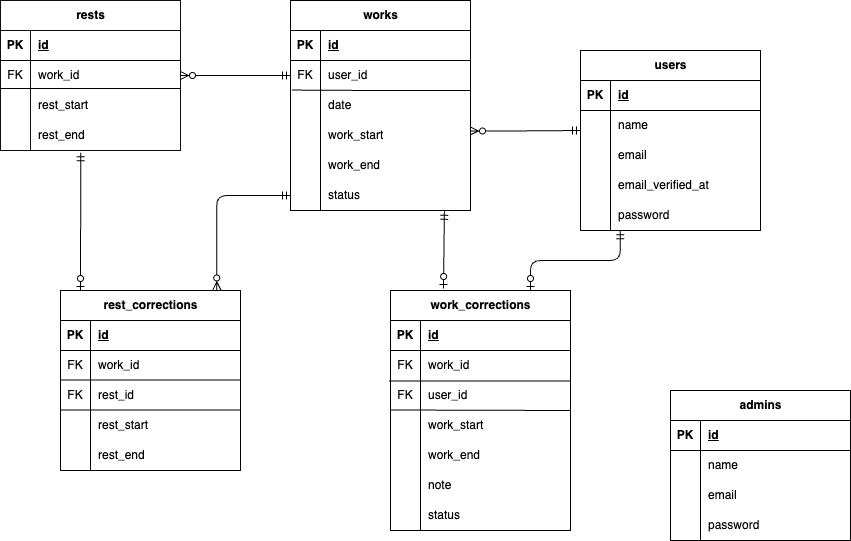
risa-prog/attendance keeps this draw.io diagram as attendance.drawio.png. Above is the earlier version. Source tidied: cells renumbered, new cells last; positions are measured from the earlier drawing's top-left corner, leaving out a move shared by most shapes.
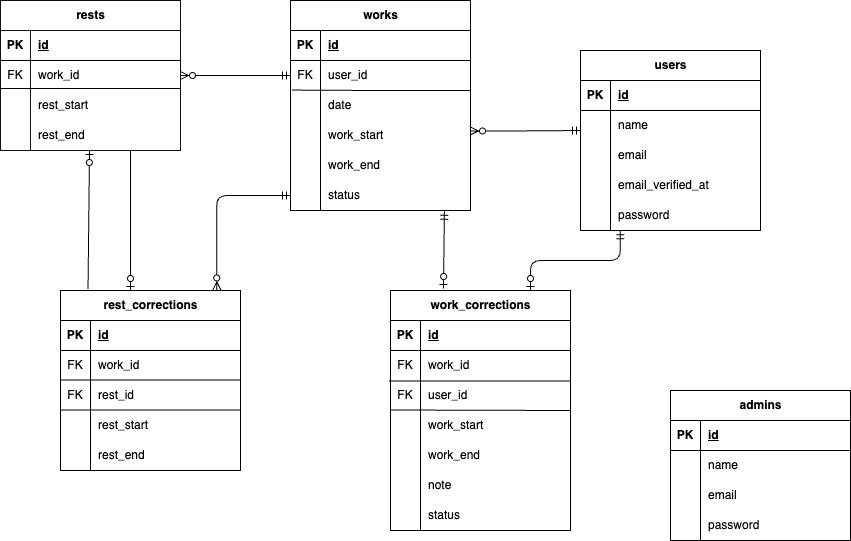
After the commit.

Change to the diagram source:
```diff
@@ -352,11 +352,6 @@
         <mxPoint x="290" y="75" as="sourcePoint" />
       </mxGeometry>
     </mxCell>
-    <mxCell id="110" style="fontSize=12;html=1;endArrow=ERzeroToOne;startArrow=ERmandOne;elbow=vertical;exitX=0.446;exitY=1.072;exitDx=0;exitDy=0;exitPerimeter=0;" parent="1" edge="1" source="12">
-      <mxGeometry relative="1" as="geometry">
-        <mxPoint x="80" y="290" as="targetPoint" />
-      </mxGeometry>
-    </mxCell>
     <mxCell id="111" style="edgeStyle=orthogonalEdgeStyle;fontSize=12;html=1;endArrow=ERzeroToMany;startArrow=ERmandOne;elbow=vertical;entryX=0.868;entryY=-0.003;entryDx=0;entryDy=0;entryPerimeter=0;exitX=0;exitY=0.5;exitDx=0;exitDy=0;" parent="1" edge="1" source="87" target="55">
       <mxGeometry relative="1" as="geometry" />
     </mxCell>
@@ -366,5 +361,20 @@
         <mxPoint x="570" y="410" as="targetPoint" />
       </mxGeometry>
     </mxCell>
+    <mxCell id="113" style="fontSize=12;html=1;endArrow=ERzeroToOne;endFill=1;exitX=0.153;exitY=-0.009;exitDx=0;exitDy=0;exitPerimeter=0;" parent="1" edge="1" source="55">
+      <mxGeometry relative="1" as="geometry">
+        <mxPoint x="89" y="150" as="targetPoint" />
+      </mxGeometry>
+    </mxCell>
+    <mxCell id="114" style="fontSize=12;html=1;endArrow=ERzeroToOne;endFill=1;" parent="1" edge="1">
+      <mxGeometry relative="1" as="geometry">
+        <mxPoint x="130" y="150" as="sourcePoint" />
+        <mxPoint x="130" y="290" as="targetPoint" />
+        <Array as="points">
+          <mxPoint x="130" y="152" />
+          <mxPoint x="130" y="170" />
+        </Array>
+      </mxGeometry>
+    </mxCell>
   </root>
 </mxGraphModel>
```
